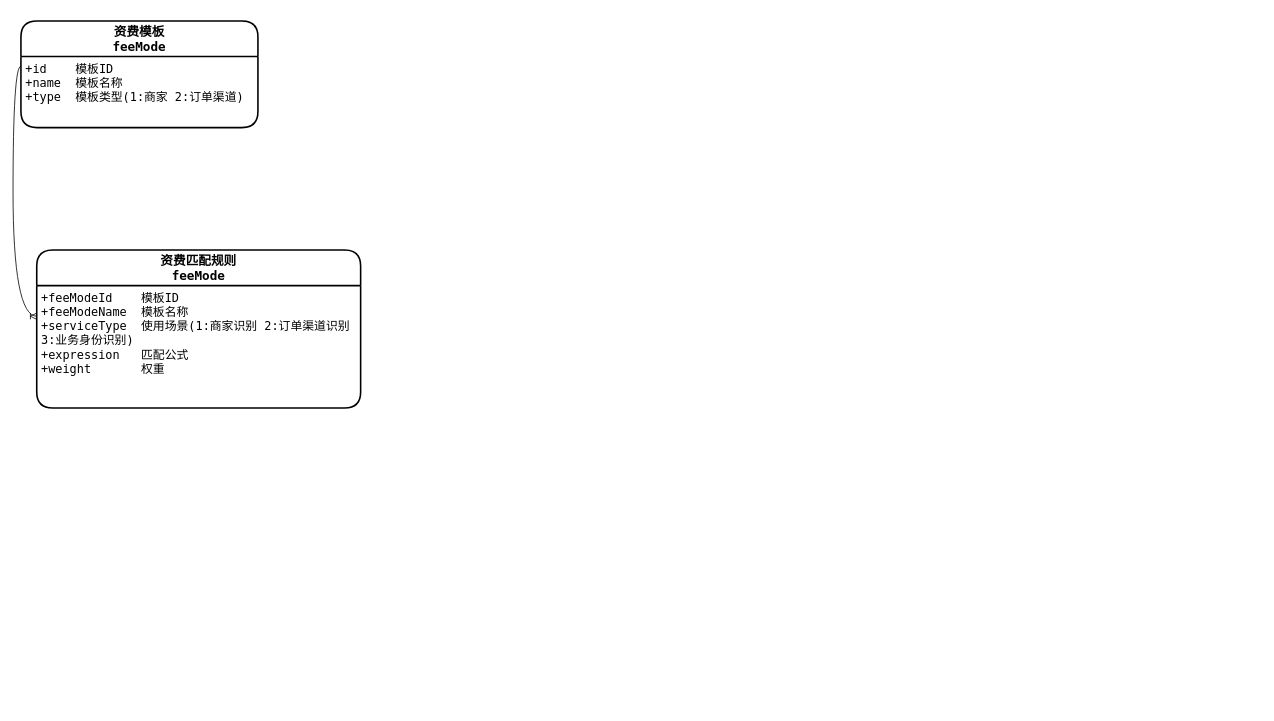
This is 缴费平台ER图.drawio from RubberBoy/some, a draw.io file, before an edit. Source tidied: cells renumbered, new cells numbered last; positions are measured from the earlier drawing's top-left corner, leaving out a move shared by most shapes. Both pictures are drawn from the tidied source at 79%, with x=0, y=0 at pixel (21, 21).
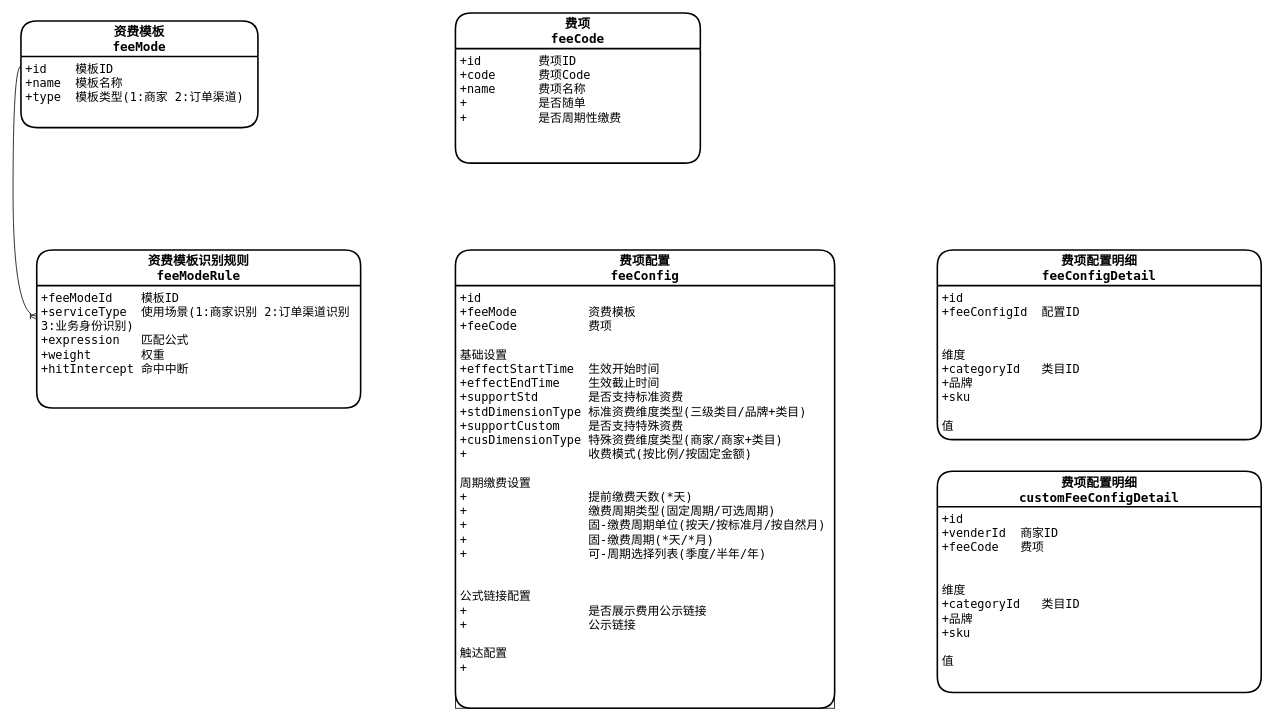
The same page after the edit.

Commit message:
更新缴费平台ER图.drawio

The edit, as a diff of the source:
```diff
@@
 <mxGraphModel>
   <root>
     <mxCell id="0" />
     <mxCell id="1" parent="0" />
     <mxCell id="2" value="资费模板&#10;feeMode" style="swimlane;horizontal=1;startSize=45;rounded=1;fontSize=16;fontStyle=1;strokeWidth=2;shadow=0;dashed=0;align=center;fontFamily=Menlo;" parent="1" vertex="1">
       <mxGeometry width="300" height="135" as="geometry" />
     </mxCell>
     <mxCell id="3" value="+id    模板ID&#10;+name  模板名称&#10;+type  模板类型(1:商家 2:订单渠道)" style="align=left;strokeColor=none;fillColor=none;spacingLeft=4;fontSize=15;verticalAlign=top;fontFamily=Menlo;" parent="2" vertex="1">
       <mxGeometry y="45" width="300" height="90" as="geometry" />
     </mxCell>
-    <mxCell id="4" value="资费匹配规则&#10;feeMode" style="swimlane;horizontal=1;startSize=45;rounded=1;fontSize=16;fontStyle=1;strokeWidth=2;shadow=0;dashed=0;align=center;fontFamily=Menlo;" parent="1" vertex="1">
+    <mxCell id="4" value="资费模板识别规则&#10;feeModeRule" style="swimlane;horizontal=1;startSize=45;rounded=1;fontSize=16;fontStyle=1;strokeWidth=2;shadow=0;dashed=0;align=center;fontFamily=Menlo;" parent="1" vertex="1">
       <mxGeometry x="20" y="290" width="410" height="200" as="geometry" />
     </mxCell>
-    <mxCell id="5" value="+feeModeId    模板ID&#10;+feeModeName  模板名称&#10;+serviceType  使用场景(1:商家识别 2:订单渠道识别 &#10;3:业务身份识别)&#10;+expression   匹配公式&#10;+weight       权重" style="align=left;strokeColor=none;fillColor=none;spacingLeft=4;fontSize=15;verticalAlign=top;fontFamily=Menlo;" parent="4" vertex="1">
+    <mxCell id="5" value="+feeModeId    模板ID&#10;+serviceType  使用场景(1:商家识别 2:订单渠道识别 &#10;3:业务身份识别)&#10;+expression   匹配公式&#10;+weight       权重&#10;+hitIntercept 命中中断" style="align=left;strokeColor=none;fillColor=none;spacingLeft=4;fontSize=15;verticalAlign=top;fontFamily=Menlo;" parent="4" vertex="1">
       <mxGeometry y="45" width="410" height="155" as="geometry" />
     </mxCell>
     <mxCell id="6" style="edgeStyle=orthogonalEdgeStyle;fontSize=12;html=1;endArrow=ERoneToMany;rounded=0;fontFamily=Menlo;exitX=0;exitY=0.136;exitDx=0;exitDy=0;exitPerimeter=0;entryX=0;entryY=0.25;entryDx=0;entryDy=0;curved=1;" parent="1" edge="1" source="3" target="5">
       <mxGeometry relative="1" as="geometry" />
     </mxCell>
+    <mxCell id="7" value="费项配置&#10;feeConfig" style="swimlane;horizontal=1;startSize=45;rounded=1;fontSize=16;fontStyle=1;strokeWidth=2;shadow=0;dashed=0;align=center;fontFamily=Menlo;strokeColor=#000000;" parent="1" vertex="1">
+      <mxGeometry x="550" y="290" width="480" height="580" as="geometry" />
+    </mxCell>
+    <mxCell id="8" value="+id&#10;+feeMode          资费模板&#10;+feeCode          费项&#10;&#10;基础设置&#10;+effectStartTime  生效开始时间&#10;+effectEndTime    生效截止时间&#10;+supportStd       是否支持标准资费&#10;+stdDimensionType 标准资费维度类型(三级类目/品牌+类目)&#10;+supportCustom    是否支持特殊资费&#10;+cusDimensionType 特殊资费维度类型(商家/商家+类目)&#10;+                 收费模式(按比例/按固定金额)&#10;&#10;周期缴费设置&#10;+                 提前缴费天数(*天)&#10;+                 缴费周期类型(固定周期/可选周期)&#10;+                 固-缴费周期单位(按天/按标准月/按自然月)&#10;+                 固-缴费周期(*天/*月)&#10;+                 可-周期选择列表(季度/半年/年)&#10;&#10;&#10;公式链接配置&#10;+                 是否展示费用公示链接&#10;+                 公示链接&#10;&#10;触达配置&#10;+                 &#10;&#10;&#10;" style="align=left;strokeColor=#000000;fillColor=none;spacingLeft=4;fontSize=15;verticalAlign=top;fontFamily=Menlo;fontColor=#000000;" parent="7" vertex="1">
+      <mxGeometry y="45" width="480" height="535" as="geometry" />
+    </mxCell>
+    <mxCell id="9" value="费项&#10;feeCode" style="swimlane;horizontal=1;startSize=45;rounded=1;fontSize=16;fontStyle=1;strokeWidth=2;shadow=0;dashed=0;align=center;fontFamily=Menlo;" parent="1" vertex="1">
+      <mxGeometry x="550" y="-10" width="310" height="190" as="geometry" />
+    </mxCell>
+    <mxCell id="10" value="+id        费项ID&#10;+code      费项Code&#10;+name      费项名称&#10;+          是否随单&#10;+          是否周期性缴费" style="align=left;strokeColor=none;fillColor=none;spacingLeft=4;fontSize=15;verticalAlign=top;fontFamily=Menlo;" parent="9" vertex="1">
+      <mxGeometry y="45" width="310" height="145" as="geometry" />
+    </mxCell>
+    <mxCell id="11" value="费项配置明细&#10;feeConfigDetail" style="swimlane;horizontal=1;startSize=45;rounded=1;fontSize=16;fontStyle=1;strokeWidth=2;shadow=0;dashed=0;align=center;fontFamily=Menlo;" parent="1" vertex="1">
+      <mxGeometry x="1160" y="290" width="410" height="240" as="geometry" />
+    </mxCell>
+    <mxCell id="12" value="+id&#10;+feeConfigId  配置ID&#10;&#10;&#10;维度&#10;+categoryId   类目ID&#10;+品牌&#10;+sku&#10;&#10;值&#10;" style="align=left;strokeColor=none;fillColor=none;spacingLeft=4;fontSize=15;verticalAlign=top;fontFamily=Menlo;" parent="11" vertex="1">
+      <mxGeometry y="45" width="410" height="195" as="geometry" />
+    </mxCell>
+    <mxCell id="13" value="费项配置明细&#10;customFeeConfigDetail" style="swimlane;horizontal=1;startSize=45;rounded=1;fontSize=16;fontStyle=1;strokeWidth=2;shadow=0;dashed=0;align=center;fontFamily=Menlo;" parent="1" vertex="1">
+      <mxGeometry x="1160" y="570" width="410" height="280" as="geometry" />
+    </mxCell>
+    <mxCell id="14" value="+id&#10;+venderId  商家ID&#10;+feeCode   费项&#10;&#10;&#10;维度&#10;+categoryId   类目ID&#10;+品牌&#10;+sku&#10;&#10;值&#10;" style="align=left;strokeColor=none;fillColor=none;spacingLeft=4;fontSize=15;verticalAlign=top;fontFamily=Menlo;" parent="13" vertex="1">
+      <mxGeometry y="45" width="410" height="235" as="geometry" />
+    </mxCell>
   </root>
 </mxGraphModel>
```
